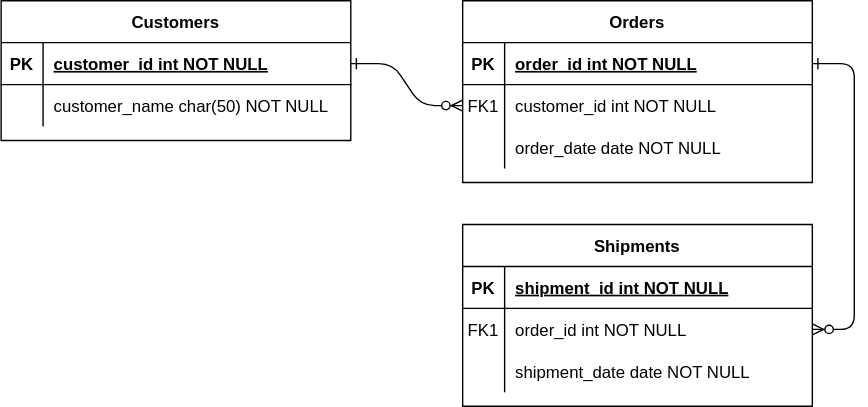
Earlier version of the draw.io export document/project-board-erd.svg (wowjjang83/fastcampus-project-board). Source tidied: cells renumbered, new cells last; positions are measured from the earlier drawing's top-left corner, leaving out a move shared by most shapes. Source of this version:
```xml
<mxGraphModel>
  <root>
    <mxCell id="0" />
    <mxCell id="1" parent="0" />
    <mxCell id="2" style="edgeStyle=entityRelationEdgeStyle;endArrow=ERzeroToMany;startArrow=ERone;endFill=1;startFill=0;" parent="1" edge="1" source="25" target="8">
      <mxGeometry relative="1" as="geometry" />
    </mxCell>
    <mxCell id="3" style="edgeStyle=entityRelationEdgeStyle;endArrow=ERzeroToMany;startArrow=ERone;endFill=1;startFill=0;" parent="1" edge="1" source="5" target="18">
      <mxGeometry relative="1" as="geometry" />
    </mxCell>
    <mxCell id="4" value="Orders" style="shape=table;startSize=30;rowLines=0;fontStyle=1;align=center;" parent="1" vertex="1">
      <mxGeometry x="330" width="250" height="130" as="geometry" />
    </mxCell>
    <mxCell id="5" style="shape=partialRectangle;fillColor=none;points=[[0,0.5],[1,0.5]];portConstraint=eastwest;top=0;left=0;right=0;bottom=1;" parent="4" vertex="1">
      <mxGeometry y="30" width="250" height="30" as="geometry" />
    </mxCell>
    <mxCell id="6" value="PK" style="shape=partialRectangle;overflow=hidden;fillColor=none;top=0;left=0;bottom=0;right=0;fontStyle=1;" parent="5" vertex="1">
      <mxGeometry width="30" height="30" as="geometry" />
    </mxCell>
    <mxCell id="7" value="order_id int NOT NULL " style="shape=partialRectangle;overflow=hidden;fillColor=none;top=0;left=0;bottom=0;right=0;align=left;spacingLeft=6;fontStyle=5;" parent="5" vertex="1">
      <mxGeometry x="30" width="220" height="30" as="geometry" />
    </mxCell>
    <mxCell id="8" style="shape=partialRectangle;fillColor=none;points=[[0,0.5],[1,0.5]];portConstraint=eastwest;top=0;left=0;right=0;bottom=0;" parent="4" vertex="1">
      <mxGeometry y="60" width="250" height="30" as="geometry" />
    </mxCell>
    <mxCell id="9" value="FK1" style="shape=partialRectangle;overflow=hidden;fillColor=none;top=0;left=0;bottom=0;right=0;" parent="8" vertex="1">
      <mxGeometry width="30" height="30" as="geometry" />
    </mxCell>
    <mxCell id="10" value="customer_id int NOT NULL" style="shape=partialRectangle;overflow=hidden;fillColor=none;top=0;left=0;bottom=0;right=0;align=left;spacingLeft=6;" parent="8" vertex="1">
      <mxGeometry x="30" width="220" height="30" as="geometry" />
    </mxCell>
    <mxCell id="11" style="shape=partialRectangle;fillColor=none;top=0;left=0;right=0;bottom=0;" parent="4" vertex="1">
      <mxGeometry y="90" width="250" height="30" as="geometry" />
    </mxCell>
    <mxCell id="12" style="shape=partialRectangle;overflow=hidden;fillColor=none;top=0;left=0;bottom=0;right=0;" parent="11" vertex="1">
      <mxGeometry width="30" height="30" as="geometry" />
    </mxCell>
    <mxCell id="13" value="order_date date NOT NULL" style="shape=partialRectangle;overflow=hidden;fillColor=none;top=0;left=0;bottom=0;right=0;align=left;spacingLeft=6;" parent="11" vertex="1">
      <mxGeometry x="30" width="220" height="30" as="geometry" />
    </mxCell>
    <mxCell id="14" value="Shipments" style="shape=table;startSize=30;rowLines=0;fontStyle=1;align=center;" parent="1" vertex="1">
      <mxGeometry x="330" y="160" width="250" height="130" as="geometry" />
    </mxCell>
    <mxCell id="15" style="shape=partialRectangle;fillColor=none;top=0;left=0;right=0;bottom=1;" parent="14" vertex="1">
      <mxGeometry y="30" width="250" height="30" as="geometry" />
    </mxCell>
    <mxCell id="16" value="PK" style="shape=partialRectangle;overflow=hidden;fillColor=none;top=0;left=0;bottom=0;right=0;fontStyle=1;" parent="15" vertex="1">
      <mxGeometry width="30" height="30" as="geometry" />
    </mxCell>
    <mxCell id="17" value="shipment_id int NOT NULL " style="shape=partialRectangle;overflow=hidden;fillColor=none;top=0;left=0;bottom=0;right=0;align=left;spacingLeft=6;fontStyle=5;" parent="15" vertex="1">
      <mxGeometry x="30" width="220" height="30" as="geometry" />
    </mxCell>
    <mxCell id="18" style="shape=partialRectangle;fillColor=none;points=[[0,0.5],[1,0.5]];portConstraint=eastwest;top=0;left=0;right=0;bottom=0;" parent="14" vertex="1">
      <mxGeometry y="60" width="250" height="30" as="geometry" />
    </mxCell>
    <mxCell id="19" value="FK1" style="shape=partialRectangle;overflow=hidden;fillColor=none;top=0;left=0;bottom=0;right=0;" parent="18" vertex="1">
      <mxGeometry width="30" height="30" as="geometry" />
    </mxCell>
    <mxCell id="20" value="order_id int NOT NULL" style="shape=partialRectangle;overflow=hidden;fillColor=none;top=0;left=0;bottom=0;right=0;align=left;spacingLeft=6;" parent="18" vertex="1">
      <mxGeometry x="30" width="220" height="30" as="geometry" />
    </mxCell>
    <mxCell id="21" style="shape=partialRectangle;fillColor=none;top=0;left=0;right=0;bottom=0;" parent="14" vertex="1">
      <mxGeometry y="90" width="250" height="30" as="geometry" />
    </mxCell>
    <mxCell id="22" style="shape=partialRectangle;overflow=hidden;fillColor=none;top=0;left=0;bottom=0;right=0;" parent="21" vertex="1">
      <mxGeometry width="30" height="30" as="geometry" />
    </mxCell>
    <mxCell id="23" value="shipment_date date NOT NULL" style="shape=partialRectangle;overflow=hidden;fillColor=none;top=0;left=0;bottom=0;right=0;align=left;spacingLeft=6;" parent="21" vertex="1">
      <mxGeometry x="30" width="220" height="30" as="geometry" />
    </mxCell>
    <mxCell id="24" value="Customers" style="shape=table;startSize=30;rowLines=0;fontStyle=1;align=center;" parent="1" vertex="1">
      <mxGeometry width="250" height="100" as="geometry" />
    </mxCell>
    <mxCell id="25" style="shape=partialRectangle;fillColor=none;points=[[0,0.5],[1,0.5]];portConstraint=eastwest;top=0;left=0;right=0;bottom=1;" parent="24" vertex="1">
      <mxGeometry y="30" width="250" height="30" as="geometry" />
    </mxCell>
    <mxCell id="26" value="PK" style="shape=partialRectangle;overflow=hidden;fillColor=none;top=0;left=0;bottom=0;right=0;fontStyle=1;" parent="25" vertex="1">
      <mxGeometry width="30" height="30" as="geometry" />
    </mxCell>
    <mxCell id="27" value="customer_id int NOT NULL " style="shape=partialRectangle;overflow=hidden;fillColor=none;top=0;left=0;bottom=0;right=0;align=left;spacingLeft=6;fontStyle=5;" parent="25" vertex="1">
      <mxGeometry x="30" width="220" height="30" as="geometry" />
    </mxCell>
    <mxCell id="28" style="shape=partialRectangle;fillColor=none;top=0;left=0;right=0;bottom=0;" parent="24" vertex="1">
      <mxGeometry y="60" width="250" height="30" as="geometry" />
    </mxCell>
    <mxCell id="29" style="shape=partialRectangle;overflow=hidden;fillColor=none;top=0;left=0;bottom=0;right=0;" parent="28" vertex="1">
      <mxGeometry width="30" height="30" as="geometry" />
    </mxCell>
    <mxCell id="30" value="customer_name char(50) NOT NULL" style="shape=partialRectangle;overflow=hidden;fillColor=none;top=0;left=0;bottom=0;right=0;align=left;spacingLeft=6;" parent="28" vertex="1">
      <mxGeometry x="30" width="220" height="30" as="geometry" />
    </mxCell>
  </root>
</mxGraphModel>
```
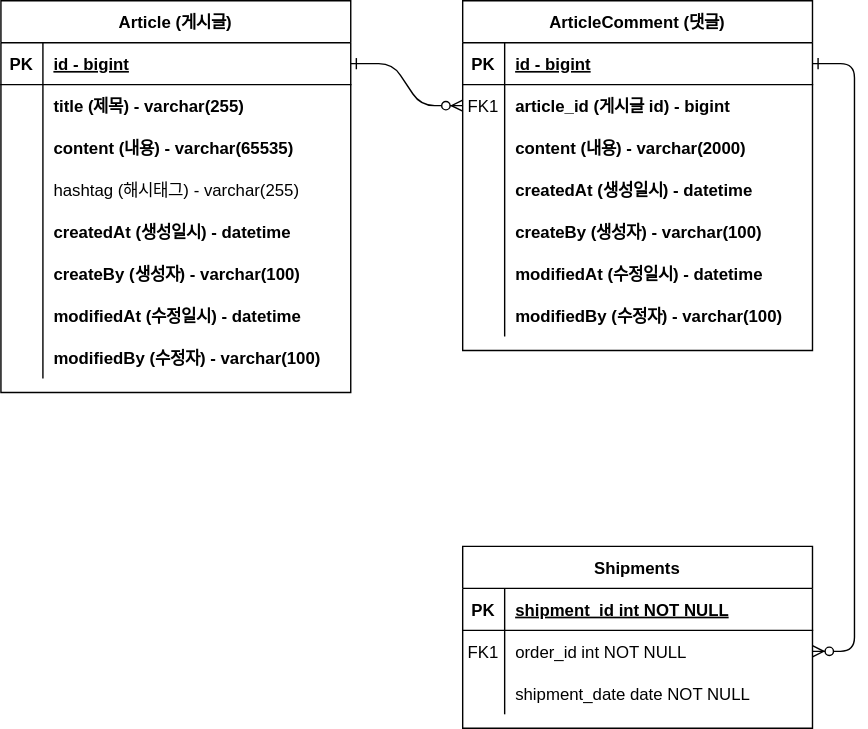
Above is the later version.

Commit message:
#6 - ERD 그림 완성 project-board-erd.svg 업데이트

Diff of the diagram source:
```diff
@@ -8,8 +8,8 @@
     <mxCell id="3" style="edgeStyle=entityRelationEdgeStyle;endArrow=ERzeroToMany;startArrow=ERone;endFill=1;startFill=0;" parent="1" edge="1" source="5" target="18">
       <mxGeometry relative="1" as="geometry" />
     </mxCell>
-    <mxCell id="4" value="Orders" style="shape=table;startSize=30;rowLines=0;fontStyle=1;align=center;" parent="1" vertex="1">
-      <mxGeometry x="330" width="250" height="130" as="geometry" />
+    <mxCell id="4" value="ArticleComment (댓글)" style="shape=table;startSize=30;rowLines=0;fontStyle=1;align=center;" parent="1" vertex="1">
+      <mxGeometry x="330" width="250" height="250" as="geometry" />
     </mxCell>
     <mxCell id="5" style="shape=partialRectangle;fillColor=none;points=[[0,0.5],[1,0.5]];portConstraint=eastwest;top=0;left=0;right=0;bottom=1;" parent="4" vertex="1">
       <mxGeometry y="30" width="250" height="30" as="geometry" />
@@ -17,7 +17,7 @@
     <mxCell id="6" value="PK" style="shape=partialRectangle;overflow=hidden;fillColor=none;top=0;left=0;bottom=0;right=0;fontStyle=1;" parent="5" vertex="1">
       <mxGeometry width="30" height="30" as="geometry" />
     </mxCell>
-    <mxCell id="7" value="order_id int NOT NULL " style="shape=partialRectangle;overflow=hidden;fillColor=none;top=0;left=0;bottom=0;right=0;align=left;spacingLeft=6;fontStyle=5;" parent="5" vertex="1">
+    <mxCell id="7" value="id - bigint" style="shape=partialRectangle;overflow=hidden;fillColor=none;top=0;left=0;bottom=0;right=0;align=left;spacingLeft=6;fontStyle=5;" parent="5" vertex="1">
       <mxGeometry x="30" width="220" height="30" as="geometry" />
     </mxCell>
     <mxCell id="8" style="shape=partialRectangle;fillColor=none;points=[[0,0.5],[1,0.5]];portConstraint=eastwest;top=0;left=0;right=0;bottom=0;" parent="4" vertex="1">
@@ -26,7 +26,7 @@
     <mxCell id="9" value="FK1" style="shape=partialRectangle;overflow=hidden;fillColor=none;top=0;left=0;bottom=0;right=0;" parent="8" vertex="1">
       <mxGeometry width="30" height="30" as="geometry" />
     </mxCell>
-    <mxCell id="10" value="customer_id int NOT NULL" style="shape=partialRectangle;overflow=hidden;fillColor=none;top=0;left=0;bottom=0;right=0;align=left;spacingLeft=6;" parent="8" vertex="1">
+    <mxCell id="10" value="article_id (게시글 id) - bigint" style="shape=partialRectangle;overflow=hidden;fillColor=none;top=0;left=0;bottom=0;right=0;align=left;spacingLeft=6;fontStyle=1;" parent="8" vertex="1">
       <mxGeometry x="30" width="220" height="30" as="geometry" />
     </mxCell>
     <mxCell id="11" style="shape=partialRectangle;fillColor=none;top=0;left=0;right=0;bottom=0;" parent="4" vertex="1">
@@ -35,11 +35,47 @@
     <mxCell id="12" style="shape=partialRectangle;overflow=hidden;fillColor=none;top=0;left=0;bottom=0;right=0;" parent="11" vertex="1">
       <mxGeometry width="30" height="30" as="geometry" />
     </mxCell>
-    <mxCell id="13" value="order_date date NOT NULL" style="shape=partialRectangle;overflow=hidden;fillColor=none;top=0;left=0;bottom=0;right=0;align=left;spacingLeft=6;" parent="11" vertex="1">
+    <mxCell id="13" value="content (내용) - varchar(2000)" style="shape=partialRectangle;overflow=hidden;fillColor=none;top=0;left=0;bottom=0;right=0;align=left;spacingLeft=6;fontStyle=1;" parent="11" vertex="1">
       <mxGeometry x="30" width="220" height="30" as="geometry" />
     </mxCell>
+    <mxCell id="31" style="shape=partialRectangle;fillColor=none;top=0;left=0;right=0;bottom=0;" parent="4" vertex="1">
+      <mxGeometry y="120" width="250" height="30" as="geometry" />
+    </mxCell>
+    <mxCell id="32" style="shape=partialRectangle;overflow=hidden;fillColor=none;top=0;left=0;bottom=0;right=0;" parent="31" vertex="1">
+      <mxGeometry width="30" height="30" as="geometry" />
+    </mxCell>
+    <mxCell id="33" value="createdAt (생성일시) - datetime" style="shape=partialRectangle;overflow=hidden;fillColor=none;top=0;left=0;bottom=0;right=0;align=left;spacingLeft=6;fontStyle=1;" parent="31" vertex="1">
+      <mxGeometry x="30" width="220" height="30" as="geometry" />
+    </mxCell>
+    <mxCell id="34" style="shape=partialRectangle;fillColor=none;top=0;left=0;right=0;bottom=0;" parent="4" vertex="1">
+      <mxGeometry y="150" width="250" height="30" as="geometry" />
+    </mxCell>
+    <mxCell id="35" style="shape=partialRectangle;overflow=hidden;fillColor=none;top=0;left=0;bottom=0;right=0;" parent="34" vertex="1">
+      <mxGeometry width="30" height="30" as="geometry" />
+    </mxCell>
+    <mxCell id="36" value="createBy (생성자) - varchar(100)" style="shape=partialRectangle;overflow=hidden;fillColor=none;top=0;left=0;bottom=0;right=0;align=left;spacingLeft=6;fontStyle=1;" parent="34" vertex="1">
+      <mxGeometry x="30" width="220" height="30" as="geometry" />
+    </mxCell>
+    <mxCell id="37" style="shape=partialRectangle;fillColor=none;top=0;left=0;right=0;bottom=0;" parent="4" vertex="1">
+      <mxGeometry y="180" width="250" height="30" as="geometry" />
+    </mxCell>
+    <mxCell id="38" style="shape=partialRectangle;overflow=hidden;fillColor=none;top=0;left=0;bottom=0;right=0;" parent="37" vertex="1">
+      <mxGeometry width="30" height="30" as="geometry" />
+    </mxCell>
+    <mxCell id="39" value="modifiedAt (수정일시) - datetime" style="shape=partialRectangle;overflow=hidden;fillColor=none;top=0;left=0;bottom=0;right=0;align=left;spacingLeft=6;fontStyle=1;" parent="37" vertex="1">
+      <mxGeometry x="30" width="220" height="30" as="geometry" />
+    </mxCell>
+    <mxCell id="40" style="shape=partialRectangle;fillColor=none;top=0;left=0;right=0;bottom=0;" parent="4" vertex="1">
+      <mxGeometry y="210" width="250" height="30" as="geometry" />
+    </mxCell>
+    <mxCell id="41" style="shape=partialRectangle;overflow=hidden;fillColor=none;top=0;left=0;bottom=0;right=0;" parent="40" vertex="1">
+      <mxGeometry width="30" height="30" as="geometry" />
+    </mxCell>
+    <mxCell id="42" value="modifiedBy (수정자) - varchar(100)" style="shape=partialRectangle;overflow=hidden;fillColor=none;top=0;left=0;bottom=0;right=0;align=left;spacingLeft=6;fontStyle=1;" parent="40" vertex="1">
+      <mxGeometry x="30" width="220" height="30" as="geometry" />
+    </mxCell>
     <mxCell id="14" value="Shipments" style="shape=table;startSize=30;rowLines=0;fontStyle=1;align=center;" parent="1" vertex="1">
-      <mxGeometry x="330" y="160" width="250" height="130" as="geometry" />
+      <mxGeometry x="330" y="390" width="250" height="130" as="geometry" />
     </mxCell>
     <mxCell id="15" style="shape=partialRectangle;fillColor=none;top=0;left=0;right=0;bottom=1;" parent="14" vertex="1">
       <mxGeometry y="30" width="250" height="30" as="geometry" />
@@ -68,8 +104,8 @@
     <mxCell id="23" value="shipment_date date NOT NULL" style="shape=partialRectangle;overflow=hidden;fillColor=none;top=0;left=0;bottom=0;right=0;align=left;spacingLeft=6;" parent="21" vertex="1">
       <mxGeometry x="30" width="220" height="30" as="geometry" />
     </mxCell>
-    <mxCell id="24" value="Customers" style="shape=table;startSize=30;rowLines=0;fontStyle=1;align=center;" parent="1" vertex="1">
-      <mxGeometry width="250" height="100" as="geometry" />
+    <mxCell id="24" value="Article (게시글)" style="shape=table;startSize=30;rowLines=0;fontStyle=1;align=center;" parent="1" vertex="1">
+      <mxGeometry width="250" height="280" as="geometry" />
     </mxCell>
     <mxCell id="25" style="shape=partialRectangle;fillColor=none;points=[[0,0.5],[1,0.5]];portConstraint=eastwest;top=0;left=0;right=0;bottom=1;" parent="24" vertex="1">
       <mxGeometry y="30" width="250" height="30" as="geometry" />
@@ -77,7 +113,7 @@
     <mxCell id="26" value="PK" style="shape=partialRectangle;overflow=hidden;fillColor=none;top=0;left=0;bottom=0;right=0;fontStyle=1;" parent="25" vertex="1">
       <mxGeometry width="30" height="30" as="geometry" />
     </mxCell>
-    <mxCell id="27" value="customer_id int NOT NULL " style="shape=partialRectangle;overflow=hidden;fillColor=none;top=0;left=0;bottom=0;right=0;align=left;spacingLeft=6;fontStyle=5;" parent="25" vertex="1">
+    <mxCell id="27" value="id - bigint" style="shape=partialRectangle;overflow=hidden;fillColor=none;top=0;left=0;bottom=0;right=0;align=left;spacingLeft=6;fontStyle=5;" parent="25" vertex="1">
       <mxGeometry x="30" width="220" height="30" as="geometry" />
     </mxCell>
     <mxCell id="28" style="shape=partialRectangle;fillColor=none;top=0;left=0;right=0;bottom=0;" parent="24" vertex="1">
@@ -86,8 +122,62 @@
     <mxCell id="29" style="shape=partialRectangle;overflow=hidden;fillColor=none;top=0;left=0;bottom=0;right=0;" parent="28" vertex="1">
       <mxGeometry width="30" height="30" as="geometry" />
     </mxCell>
-    <mxCell id="30" value="customer_name char(50) NOT NULL" style="shape=partialRectangle;overflow=hidden;fillColor=none;top=0;left=0;bottom=0;right=0;align=left;spacingLeft=6;" parent="28" vertex="1">
+    <mxCell id="30" value="title (제목) - varchar(255)" style="shape=partialRectangle;overflow=hidden;fillColor=none;top=0;left=0;bottom=0;right=0;align=left;spacingLeft=6;fontStyle=1;" parent="28" vertex="1">
       <mxGeometry x="30" width="220" height="30" as="geometry" />
     </mxCell>
+    <mxCell id="43" style="shape=partialRectangle;fillColor=none;top=0;left=0;right=0;bottom=0;" parent="24" vertex="1">
+      <mxGeometry y="90" width="250" height="30" as="geometry" />
+    </mxCell>
+    <mxCell id="44" style="shape=partialRectangle;overflow=hidden;fillColor=none;top=0;left=0;bottom=0;right=0;" parent="43" vertex="1">
+      <mxGeometry width="30" height="30" as="geometry" />
+    </mxCell>
+    <mxCell id="45" value="content (내용) - varchar(65535)" style="shape=partialRectangle;overflow=hidden;fillColor=none;top=0;left=0;bottom=0;right=0;align=left;spacingLeft=6;fontStyle=1;" parent="43" vertex="1">
+      <mxGeometry x="30" width="220" height="30" as="geometry" />
+    </mxCell>
+    <mxCell id="46" style="shape=partialRectangle;fillColor=none;top=0;left=0;right=0;bottom=0;" parent="24" vertex="1">
+      <mxGeometry y="120" width="250" height="30" as="geometry" />
+    </mxCell>
+    <mxCell id="47" style="shape=partialRectangle;overflow=hidden;fillColor=none;top=0;left=0;bottom=0;right=0;" parent="46" vertex="1">
+      <mxGeometry width="30" height="30" as="geometry" />
+    </mxCell>
+    <mxCell id="48" value="hashtag (해시태그) - varchar(255)" style="shape=partialRectangle;overflow=hidden;fillColor=none;top=0;left=0;bottom=0;right=0;align=left;spacingLeft=6;fontStyle=0;" parent="46" vertex="1">
+      <mxGeometry x="30" width="220" height="30" as="geometry" />
+    </mxCell>
+    <mxCell id="49" style="shape=partialRectangle;fillColor=none;top=0;left=0;right=0;bottom=0;" parent="24" vertex="1">
+      <mxGeometry y="150" width="250" height="30" as="geometry" />
+    </mxCell>
+    <mxCell id="50" style="shape=partialRectangle;overflow=hidden;fillColor=none;top=0;left=0;bottom=0;right=0;" parent="49" vertex="1">
+      <mxGeometry width="30" height="30" as="geometry" />
+    </mxCell>
+    <mxCell id="51" value="createdAt (생성일시) - datetime" style="shape=partialRectangle;overflow=hidden;fillColor=none;top=0;left=0;bottom=0;right=0;align=left;spacingLeft=6;fontStyle=1;" parent="49" vertex="1">
+      <mxGeometry x="30" width="220" height="30" as="geometry" />
+    </mxCell>
+    <mxCell id="52" style="shape=partialRectangle;fillColor=none;top=0;left=0;right=0;bottom=0;" parent="24" vertex="1">
+      <mxGeometry y="180" width="250" height="30" as="geometry" />
+    </mxCell>
+    <mxCell id="53" style="shape=partialRectangle;overflow=hidden;fillColor=none;top=0;left=0;bottom=0;right=0;" parent="52" vertex="1">
+      <mxGeometry width="30" height="30" as="geometry" />
+    </mxCell>
+    <mxCell id="54" value="createBy (생성자) - varchar(100)" style="shape=partialRectangle;overflow=hidden;fillColor=none;top=0;left=0;bottom=0;right=0;align=left;spacingLeft=6;fontStyle=1;" parent="52" vertex="1">
+      <mxGeometry x="30" width="220" height="30" as="geometry" />
+    </mxCell>
+    <mxCell id="55" style="shape=partialRectangle;fillColor=none;top=0;left=0;right=0;bottom=0;" parent="24" vertex="1">
+      <mxGeometry y="210" width="250" height="30" as="geometry" />
+    </mxCell>
+    <mxCell id="56" style="shape=partialRectangle;overflow=hidden;fillColor=none;top=0;left=0;bottom=0;right=0;" parent="55" vertex="1">
+      <mxGeometry width="30" height="30" as="geometry" />
+    </mxCell>
+    <mxCell id="57" value="modifiedAt (수정일시) - datetime" style="shape=partialRectangle;overflow=hidden;fillColor=none;top=0;left=0;bottom=0;right=0;align=left;spacingLeft=6;fontStyle=1;" parent="55" vertex="1">
+      <mxGeometry x="30" width="220" height="30" as="geometry" />
+    </mxCell>
+    <mxCell id="58" style="shape=partialRectangle;fillColor=none;top=0;left=0;right=0;bottom=0;" parent="24" vertex="1">
+      <mxGeometry y="240" width="250" height="30" as="geometry" />
+    </mxCell>
+    <mxCell id="59" style="shape=partialRectangle;overflow=hidden;fillColor=none;top=0;left=0;bottom=0;right=0;" parent="58" vertex="1">
+      <mxGeometry width="30" height="30" as="geometry" />
+    </mxCell>
+    <mxCell id="60" value="modifiedBy (수정자) - varchar(100)" style="shape=partialRectangle;overflow=hidden;fillColor=none;top=0;left=0;bottom=0;right=0;align=left;spacingLeft=6;fontStyle=1;" parent="58" vertex="1">
+      <mxGeometry x="30" width="220" height="30" as="geometry" />
+    </mxCell>
   </root>
 </mxGraphModel>
```
